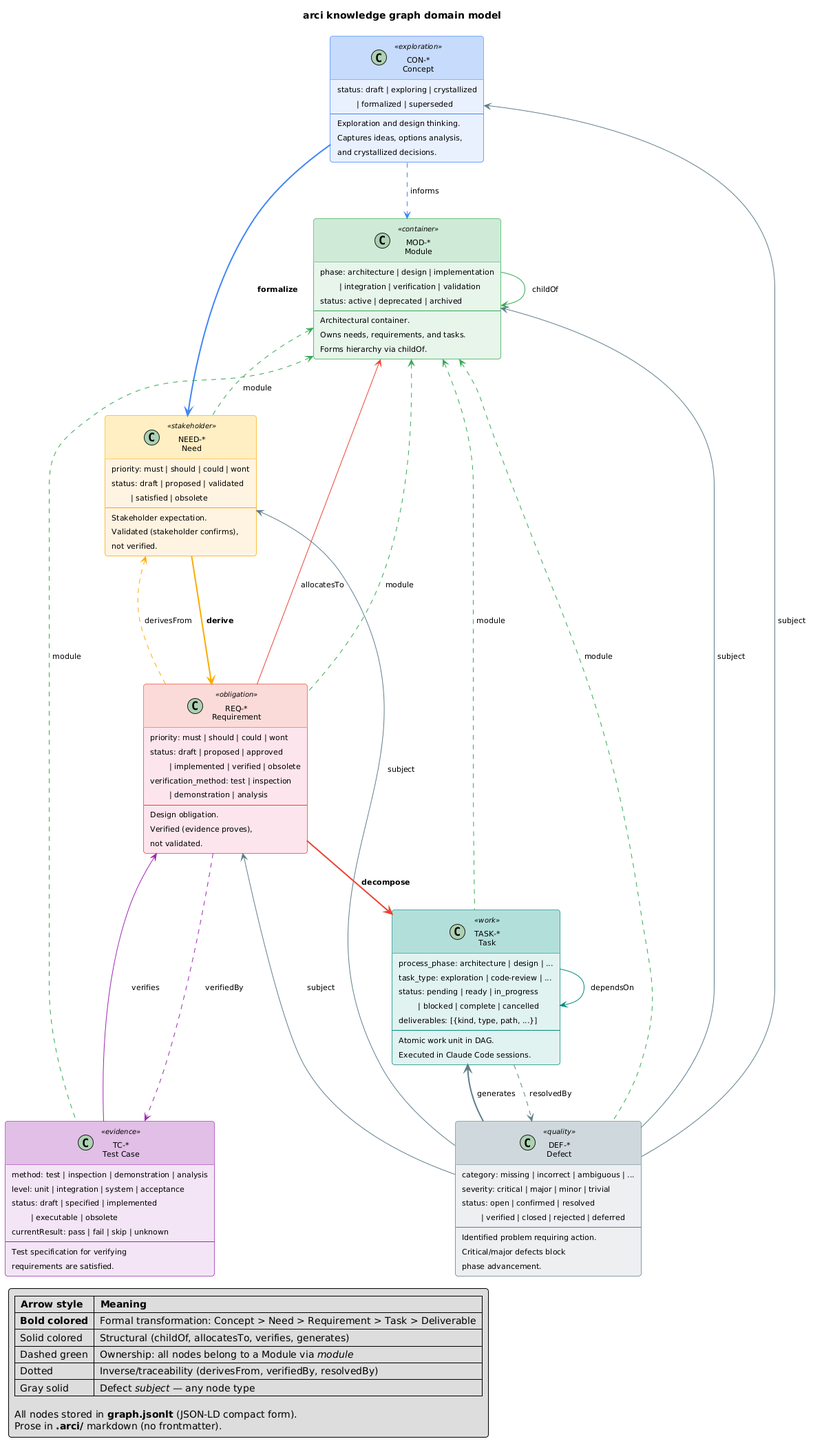
krav-sh/krav keeps this PlantUML diagram as docs/design/diagrams/png/arci-knowledge-graph.png. Above is the earlier version. The source it was exported from:
```plantuml
@startuml arci-knowledge-graph

skinparam {
    ClassFontSize 13
    ClassAttributeFontSize 11
    ArrowFontSize 11
    NoteFontSize 11
    ClassStereotypeFontSize 10
    Padding 4
    RoundCorner 8
    Shadowing false
    DefaultFontName "Helvetica"
}

skinparam class {
    BackgroundColor<<exploration>> #E8F0FE
    BorderColor<<exploration>> #4285F4
    HeaderBackgroundColor<<exploration>> #C6DAFC

    BackgroundColor<<container>> #E6F4EA
    BorderColor<<container>> #34A853
    HeaderBackgroundColor<<container>> #CEEAD6

    BackgroundColor<<stakeholder>> #FFF3E0
    BorderColor<<stakeholder>> #F9AB00
    HeaderBackgroundColor<<stakeholder>> #FEEFC3

    BackgroundColor<<obligation>> #FCE4EC
    BorderColor<<obligation>> #EA4335
    HeaderBackgroundColor<<obligation>> #FADBD8

    BackgroundColor<<evidence>> #F3E5F5
    BorderColor<<evidence>> #9C27B0
    HeaderBackgroundColor<<evidence>> #E1BEE7

    BackgroundColor<<work>> #E0F2F1
    BorderColor<<work>> #00897B
    HeaderBackgroundColor<<work>> #B2DFDB

    BackgroundColor<<quality>> #ECEFF1
    BorderColor<<quality>> #607D8B
    HeaderBackgroundColor<<quality>> #CFD8DC
}

title arci knowledge graph domain model

class "CON-*\nConcept" as CON <<exploration>> {
    status: draft | exploring | crystallized
    \t| formalized | superseded
    --
    Exploration and design thinking.
    Captures ideas, options analysis,
    and crystallized decisions.
}

class "MOD-*\nModule" as MOD <<container>> {
    phase: architecture | design | implementation
    \t| integration | verification | validation
    status: active | deprecated | archived
    --
    Architectural container.
    Owns needs, requirements, and tasks.
    Forms hierarchy via childOf.
}

class "NEED-*\nNeed" as NED <<stakeholder>> {
    priority: must | should | could | wont
    status: draft | proposed | validated
    \t| satisfied | obsolete
    --
    Stakeholder expectation.
    Validated (stakeholder confirms),
    not verified.
}

class "REQ-*\nRequirement" as REQ <<obligation>> {
    priority: must | should | could | wont
    status: draft | proposed | approved
    \t| implemented | verified | obsolete
    verification_method: test | inspection
    \t| demonstration | analysis
    --
    Design obligation.
    Verified (evidence proves),
    not validated.
}

class "TC-*\nTest Case" as TC <<evidence>> {
    method: test | inspection | demonstration | analysis
    level: unit | integration | system | acceptance
    status: draft | specified | implemented
    \t| executable | obsolete
    currentResult: pass | fail | skip | unknown
    --
    Test specification for verifying
    requirements are satisfied.
}

class "TASK-*\nTask" as TSK <<work>> {
    process_phase: architecture | design | ...
    task_type: exploration | code-review | ...
    status: pending | ready | in_progress
    \t| blocked | complete | cancelled
    deliverables: [{kind, type, path, ...}]
    --
    Atomic work unit in DAG.
    Executed in Claude Code sessions.
}

class "DEF-*\nDefect" as DEF <<quality>> {
    category: missing | incorrect | ambiguous | ...
    severity: critical | major | minor | trivial
    status: open | confirmed | resolved
    \t| verified | closed | rejected | deferred
    --
    Identified problem requiring action.
    Critical/major defects block
    phase advancement.
}


CON -[#4285F4,bold]-> NED : **formalize**
NED -[#F9AB00,bold]-> REQ : **derive**
REQ -[#EA4335,bold]-> TSK : **decompose**


MOD -[#34A853]--> MOD : childOf

MOD <-[#34A853,dashed]- NED : module
MOD <-[#34A853,dashed]- REQ : module
MOD <-[#34A853,dashed]- TSK : module
MOD <-[#34A853,dashed]- TC : module
MOD <-[#34A853,dashed]- DEF : module


CON .[#4285F4].> MOD : informs

REQ -[#EA4335]-> MOD : allocatesTo

NED <.[#F9AB00].. REQ : derivesFrom

TSK -[#00897B]-> TSK : dependsOn

REQ <-[#9C27B0]-- TC : verifies
REQ .[#9C27B0].> TC : verifiedBy

DEF -[#607D8B]-> CON : subject
DEF -[#607D8B]-> MOD : subject
DEF -[#607D8B]-> NED : subject
DEF -[#607D8B]-> REQ : subject

DEF -[#607D8B,bold]-> TSK : generates
TSK .[#607D8B].> DEF : resolvedBy


legend bottom left
  |= Arrow style |= Meaning |
  | **Bold colored** | Formal transformation: Concept > Need > Requirement > Task > Deliverable |
  | Solid colored | Structural (childOf, allocatesTo, verifies, generates) |
  | Dashed green | Ownership: all nodes belong to a Module via //module// |
  | Dotted | Inverse/traceability (derivesFrom, verifiedBy, resolvedBy) |
  | Gray solid | Defect //subject// — any node type |

  All nodes stored in **graph.jsonlt** (JSON-LD compact form).
  Prose in **.arci/** markdown (no frontmatter).
end legend

@enduml
```
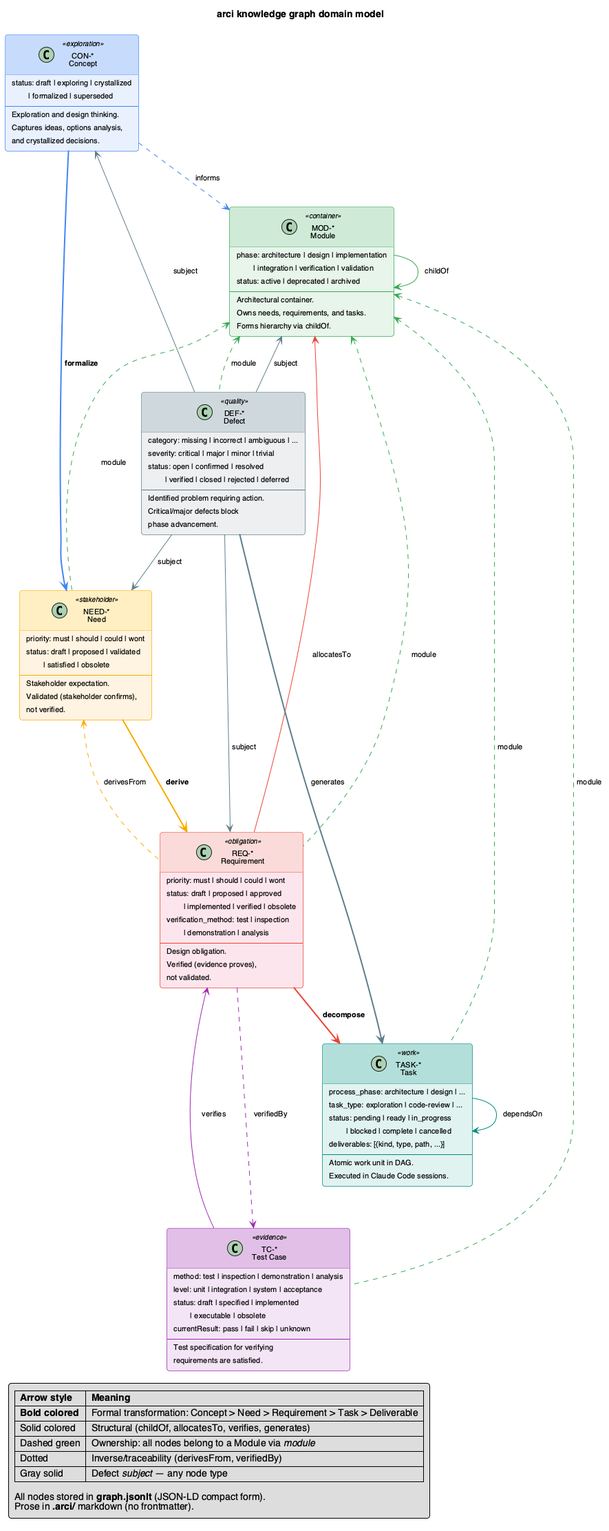
The same file after the commit.

Change to the diagram source:
```diff
@@ -150,7 +150,6 @@
 DEF -[#607D8B]-> REQ : subject
 
 DEF -[#607D8B,bold]-> TSK : generates
-TSK .[#607D8B].> DEF : resolvedBy
 
 
 legend bottom left
@@ -158,7 +157,7 @@
   | **Bold colored** | Formal transformation: Concept > Need > Requirement > Task > Deliverable |
   | Solid colored | Structural (childOf, allocatesTo, verifies, generates) |
   | Dashed green | Ownership: all nodes belong to a Module via //module// |
-  | Dotted | Inverse/traceability (derivesFrom, verifiedBy, resolvedBy) |
+  | Dotted | Inverse/traceability (derivesFrom, verifiedBy) |
   | Gray solid | Defect //subject// — any node type |
 
   All nodes stored in **graph.jsonlt** (JSON-LD compact form).
```
